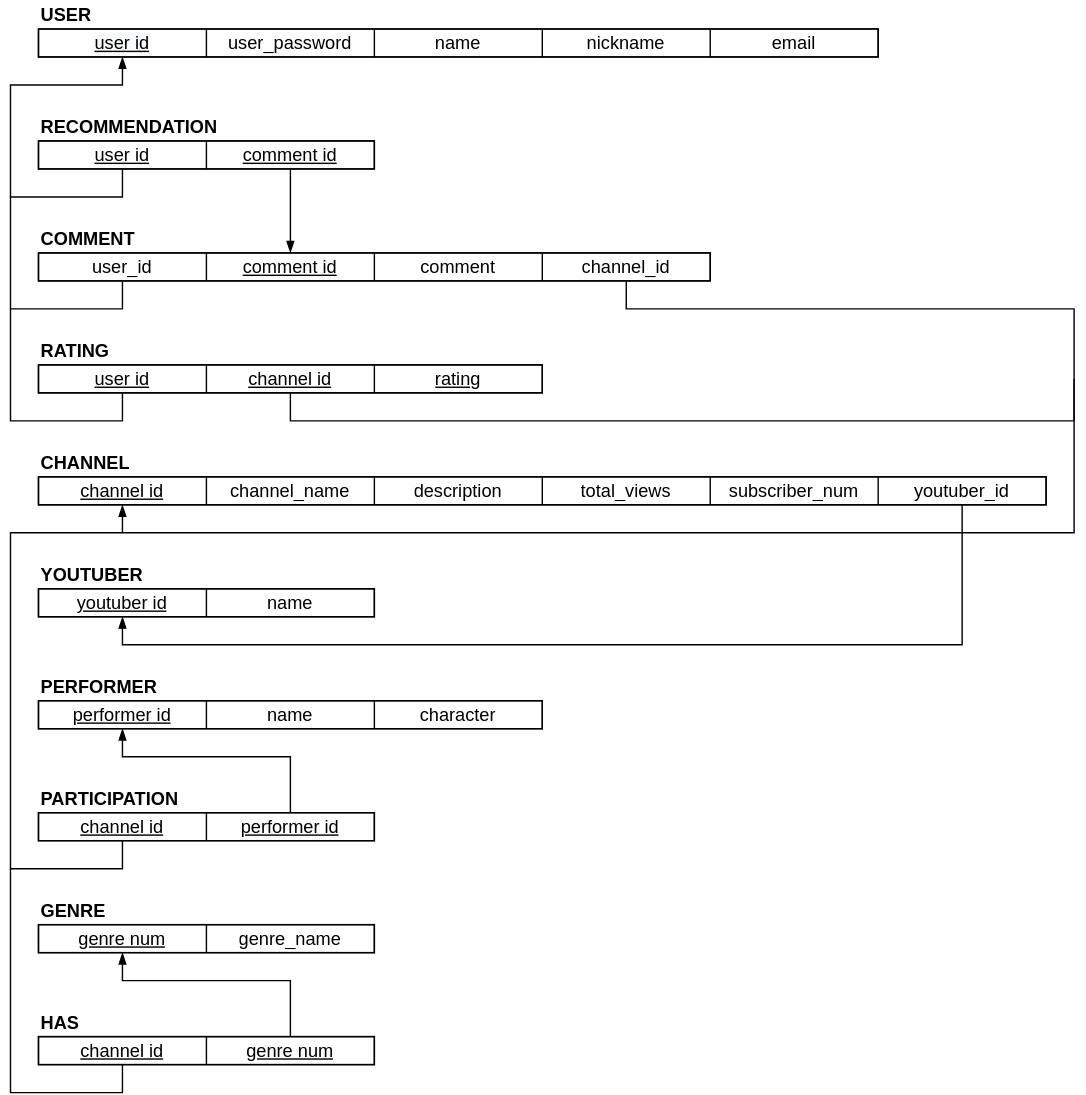
Earlier version of the draw.io export relational.drawio.svg (jangscon/DB_team9). Source tidied: cells renumbered, new cells last; positions are measured from the earlier drawing's top-left corner, leaving out a move shared by most shapes.
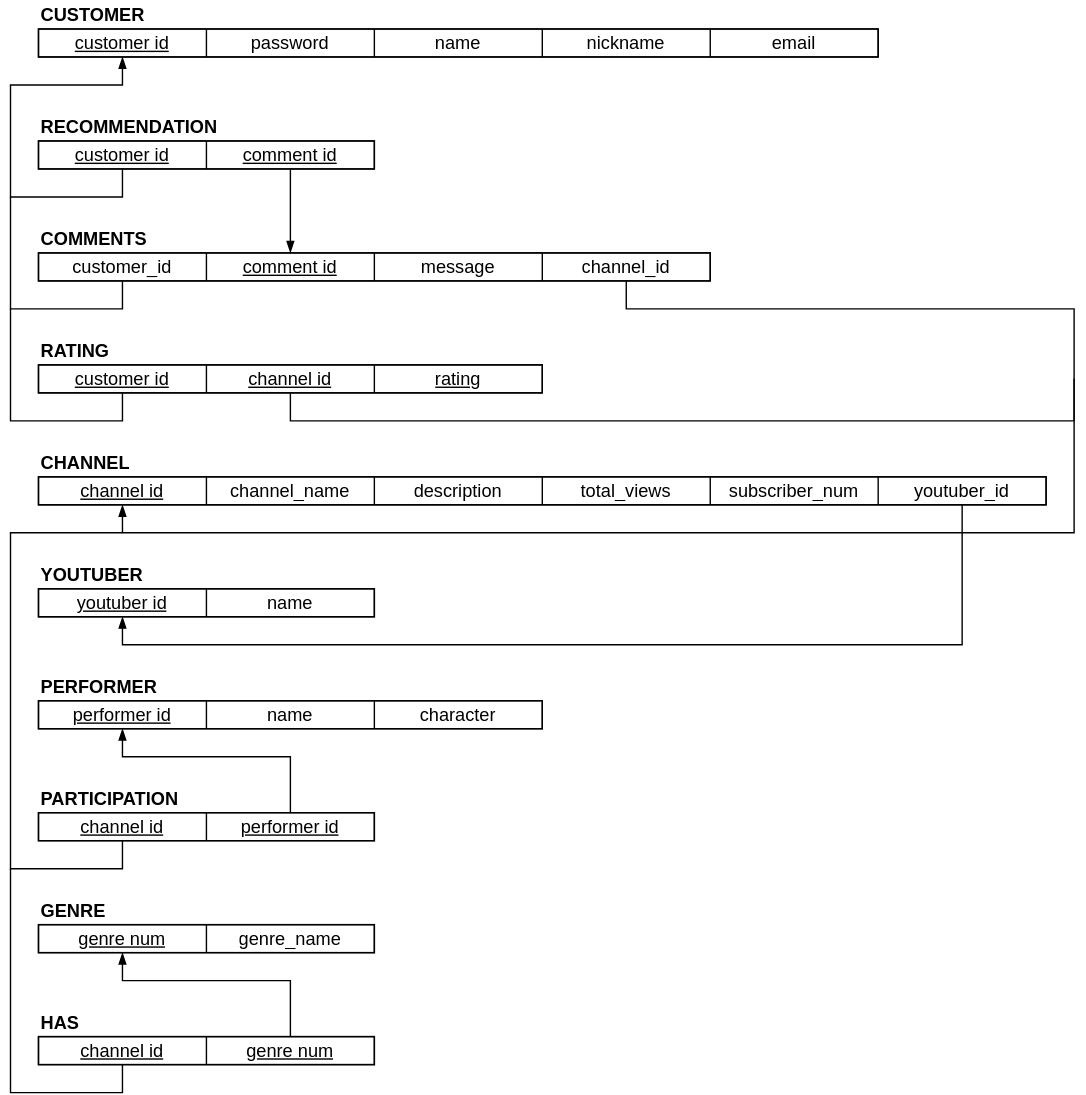
Above is the later version.

Change to the diagram source:
```diff
@@ -8,10 +8,10 @@
     <mxCell id="3" style="shape=tableRow;horizontal=0;startSize=0;swimlaneHead=0;swimlaneBody=0;top=0;left=0;bottom=0;right=0;fillColor=none;points=[[0,0.5],[1,0.5]];portConstraint=eastwest;fontSize=13;" parent="2" vertex="1">
       <mxGeometry width="600" height="20" as="geometry" />
     </mxCell>
-    <mxCell id="4" value="&lt;span style=&quot;color: rgb(0, 0, 0); font-family: Helvetica; font-size: 13px; font-style: normal; font-variant-ligatures: normal; font-variant-caps: normal; font-weight: 400; letter-spacing: normal; orphans: 2; text-align: center; text-indent: 0px; text-transform: none; widows: 2; word-spacing: 0px; -webkit-text-stroke-width: 0px; background-color: rgb(248, 249, 250); text-decoration-thickness: initial; text-decoration-style: initial; text-decoration-color: initial; float: none; display: inline !important;&quot;&gt;&lt;u style=&quot;font-size: 13px;&quot;&gt;user id&lt;/u&gt;&lt;/span&gt;" style="shape=partialRectangle;html=1;whiteSpace=wrap;overflow=hidden;fillColor=none;top=0;left=0;bottom=0;right=0;fontSize=13;" parent="3" vertex="1">
+    <mxCell id="4" value="&lt;u&gt;customer id&lt;/u&gt;" style="shape=partialRectangle;html=1;whiteSpace=wrap;overflow=hidden;fillColor=none;top=0;left=0;bottom=0;right=0;fontSize=13;" parent="3" vertex="1">
       <mxGeometry width="120" height="20" as="geometry" />
     </mxCell>
-    <mxCell id="5" value="user_password" style="shape=partialRectangle;html=1;whiteSpace=wrap;overflow=hidden;fillColor=none;top=0;left=0;bottom=0;right=0;fontSize=13;" parent="3" vertex="1">
+    <mxCell id="5" value="password" style="shape=partialRectangle;html=1;whiteSpace=wrap;overflow=hidden;fillColor=none;top=0;left=0;bottom=0;right=0;fontSize=13;" parent="3" vertex="1">
       <mxGeometry x="120" width="120" height="20" as="geometry" />
     </mxCell>
     <mxCell id="6" value="name" style="shape=partialRectangle;html=1;whiteSpace=wrap;overflow=hidden;fillColor=none;top=0;left=0;bottom=0;right=0;fontSize=13;" parent="3" vertex="1">
@@ -29,13 +29,13 @@
     <mxCell id="10" style="shape=tableRow;horizontal=0;startSize=0;swimlaneHead=0;swimlaneBody=0;top=0;left=0;bottom=0;right=0;fillColor=none;points=[[0,0.5],[1,0.5]];portConstraint=eastwest;fontSize=13;" parent="9" vertex="1">
       <mxGeometry width="480" height="20" as="geometry" />
     </mxCell>
-    <mxCell id="11" value="user_id" style="shape=partialRectangle;html=1;whiteSpace=wrap;overflow=hidden;fillColor=none;top=0;left=0;bottom=0;right=0;fontSize=13;" parent="10" vertex="1">
+    <mxCell id="11" value="customer_id" style="shape=partialRectangle;html=1;whiteSpace=wrap;overflow=hidden;fillColor=none;top=0;left=0;bottom=0;right=0;fontSize=13;" parent="10" vertex="1">
       <mxGeometry width="120" height="20" as="geometry" />
     </mxCell>
     <mxCell id="12" value="&lt;u style=&quot;font-size: 13px;&quot;&gt;comment id&lt;/u&gt;" style="shape=partialRectangle;html=1;whiteSpace=wrap;overflow=hidden;fillColor=none;top=0;left=0;bottom=0;right=0;fontSize=13;" parent="10" vertex="1">
       <mxGeometry x="120" width="120" height="20" as="geometry" />
     </mxCell>
-    <mxCell id="13" value="comment" style="shape=partialRectangle;html=1;whiteSpace=wrap;overflow=hidden;fillColor=none;top=0;left=0;bottom=0;right=0;fontSize=13;" parent="10" vertex="1">
+    <mxCell id="13" value="message" style="shape=partialRectangle;html=1;whiteSpace=wrap;overflow=hidden;fillColor=none;top=0;left=0;bottom=0;right=0;fontSize=13;" parent="10" vertex="1">
       <mxGeometry x="240" width="120" height="20" as="geometry" />
     </mxCell>
     <mxCell id="14" value="&lt;span style=&quot;font-size: 13px;&quot;&gt;channel_id&lt;/span&gt;" style="shape=partialRectangle;html=1;whiteSpace=wrap;overflow=hidden;fillColor=none;top=0;left=0;bottom=0;right=0;fontSize=13;" parent="10" vertex="1">
@@ -92,10 +92,10 @@
     <mxCell id="31" value="&lt;u style=&quot;font-size: 13px;&quot;&gt;performer id&lt;/u&gt;" style="shape=partialRectangle;html=1;whiteSpace=wrap;overflow=hidden;fillColor=none;top=0;left=0;bottom=0;right=0;fontSize=13;" parent="29" vertex="1">
       <mxGeometry x="120" width="120" height="20" as="geometry" />
     </mxCell>
-    <mxCell id="32" value="&lt;b&gt;USER&lt;/b&gt;" style="text;html=1;strokeColor=none;fillColor=none;align=left;verticalAlign=middle;whiteSpace=wrap;rounded=0;fontSize=13;" parent="1" vertex="1">
+    <mxCell id="32" value="&lt;b&gt;CUSTOMER&lt;/b&gt;" style="text;html=1;strokeColor=none;fillColor=none;align=left;verticalAlign=middle;whiteSpace=wrap;rounded=0;fontSize=13;" parent="1" vertex="1">
       <mxGeometry x="20" width="120" height="20" as="geometry" />
     </mxCell>
-    <mxCell id="33" value="&lt;b&gt;COMMENT&lt;/b&gt;" style="text;html=1;strokeColor=none;fillColor=none;align=left;verticalAlign=middle;whiteSpace=wrap;rounded=0;fontSize=13;" parent="1" vertex="1">
+    <mxCell id="33" value="&lt;b&gt;COMMENTS&lt;/b&gt;" style="text;html=1;strokeColor=none;fillColor=none;align=left;verticalAlign=middle;whiteSpace=wrap;rounded=0;fontSize=13;" parent="1" vertex="1">
       <mxGeometry x="20" y="160" width="120" height="20" as="geometry" />
     </mxCell>
     <mxCell id="34" value="&lt;b&gt;CHANNEL&lt;/b&gt;" style="text;html=1;strokeColor=none;fillColor=none;align=left;verticalAlign=middle;whiteSpace=wrap;rounded=0;fontSize=13;" parent="1" vertex="1">
@@ -140,7 +140,7 @@
     <mxCell id="47" style="shape=tableRow;horizontal=0;startSize=0;swimlaneHead=0;swimlaneBody=0;top=0;left=0;bottom=0;right=0;fillColor=none;points=[[0,0.5],[1,0.5]];portConstraint=eastwest;" parent="46" vertex="1">
       <mxGeometry width="360" height="20" as="geometry" />
     </mxCell>
-    <mxCell id="48" value="&lt;u style=&quot;font-size: 13px;&quot;&gt;user id&lt;/u&gt;" style="shape=partialRectangle;html=1;whiteSpace=wrap;overflow=hidden;fillColor=none;top=0;left=0;bottom=0;right=0;fontSize=13;" parent="47" vertex="1">
+    <mxCell id="48" value="&lt;u&gt;customer id&lt;/u&gt;" style="shape=partialRectangle;html=1;whiteSpace=wrap;overflow=hidden;fillColor=none;top=0;left=0;bottom=0;right=0;fontSize=13;" parent="47" vertex="1">
       <mxGeometry width="120" height="20" as="geometry" />
     </mxCell>
     <mxCell id="49" value="&lt;u style=&quot;font-size: 13px;&quot;&gt;channel id&lt;/u&gt;" style="shape=partialRectangle;html=1;whiteSpace=wrap;overflow=hidden;fillColor=none;top=0;left=0;bottom=0;right=0;fontSize=13;" parent="47" vertex="1">
@@ -179,7 +179,7 @@
     <mxCell id="60" style="shape=tableRow;horizontal=0;startSize=0;swimlaneHead=0;swimlaneBody=0;top=0;left=0;bottom=0;right=0;fillColor=none;points=[[0,0.5],[1,0.5]];portConstraint=eastwest;" parent="59" vertex="1">
       <mxGeometry width="240" height="20" as="geometry" />
     </mxCell>
-    <mxCell id="61" value="&lt;u style=&quot;font-size: 13px;&quot;&gt;user id&lt;/u&gt;" style="shape=partialRectangle;html=1;whiteSpace=wrap;overflow=hidden;fillColor=none;top=0;left=0;bottom=0;right=0;fontSize=13;" parent="60" vertex="1">
+    <mxCell id="61" value="&lt;u style=&quot;font-size: 13px&quot;&gt;customer id&lt;/u&gt;" style="shape=partialRectangle;html=1;whiteSpace=wrap;overflow=hidden;fillColor=none;top=0;left=0;bottom=0;right=0;fontSize=13;" parent="60" vertex="1">
       <mxGeometry width="120" height="20" as="geometry" />
     </mxCell>
     <mxCell id="62" value="&lt;u style=&quot;font-size: 13px;&quot;&gt;&lt;font style=&quot;font-size: 13px;&quot;&gt;comment id&lt;/font&gt;&lt;/u&gt;" style="shape=partialRectangle;html=1;whiteSpace=wrap;overflow=hidden;fillColor=none;top=0;left=0;bottom=0;right=0;fontSize=13;" parent="60" vertex="1">
```
